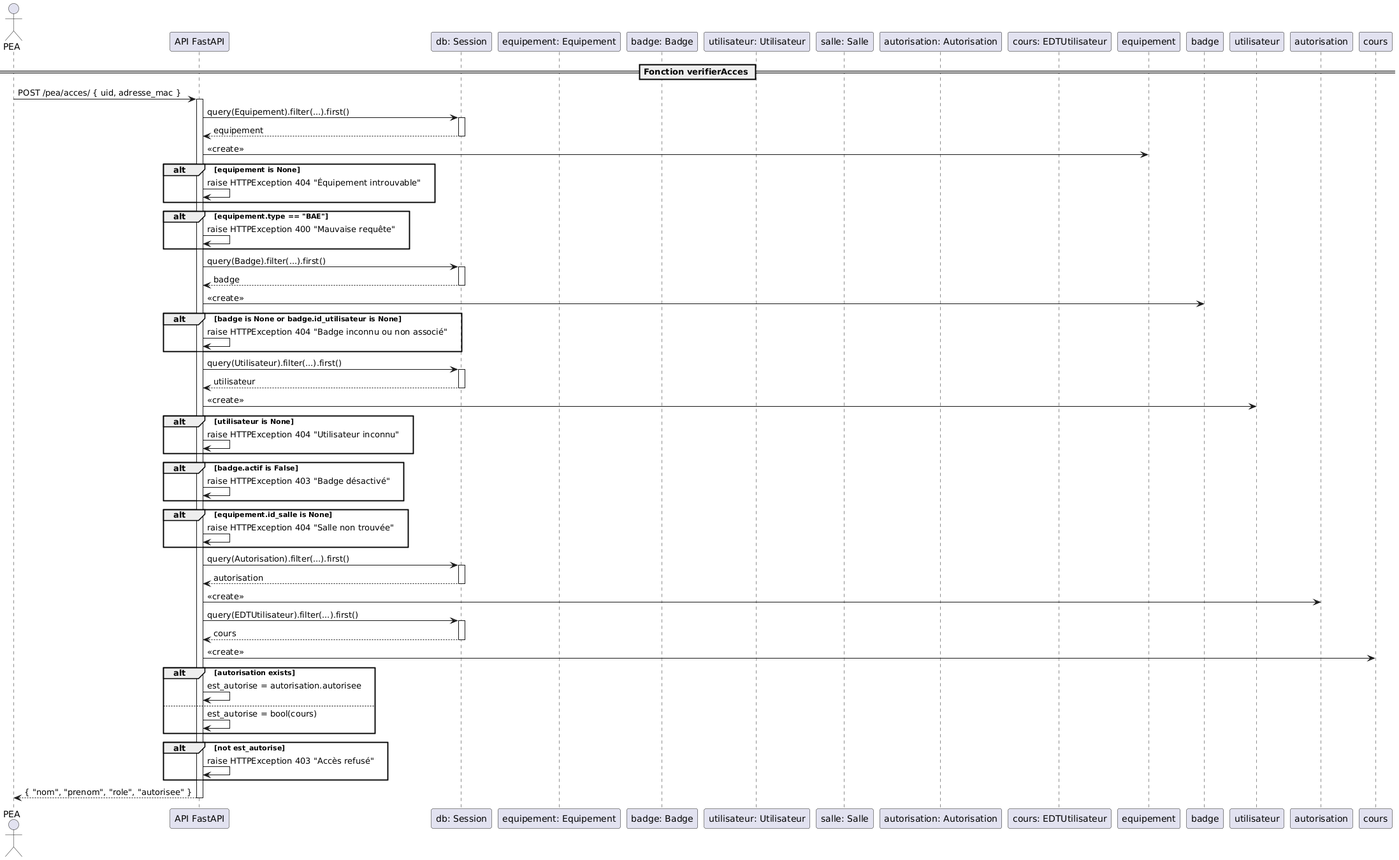
RobinMartineau/Acc-s-campus- keeps this PlantUML diagram as BDD/Diagrammes/Séquence/PEA/verifierAcces.png. Above is the earlier version.
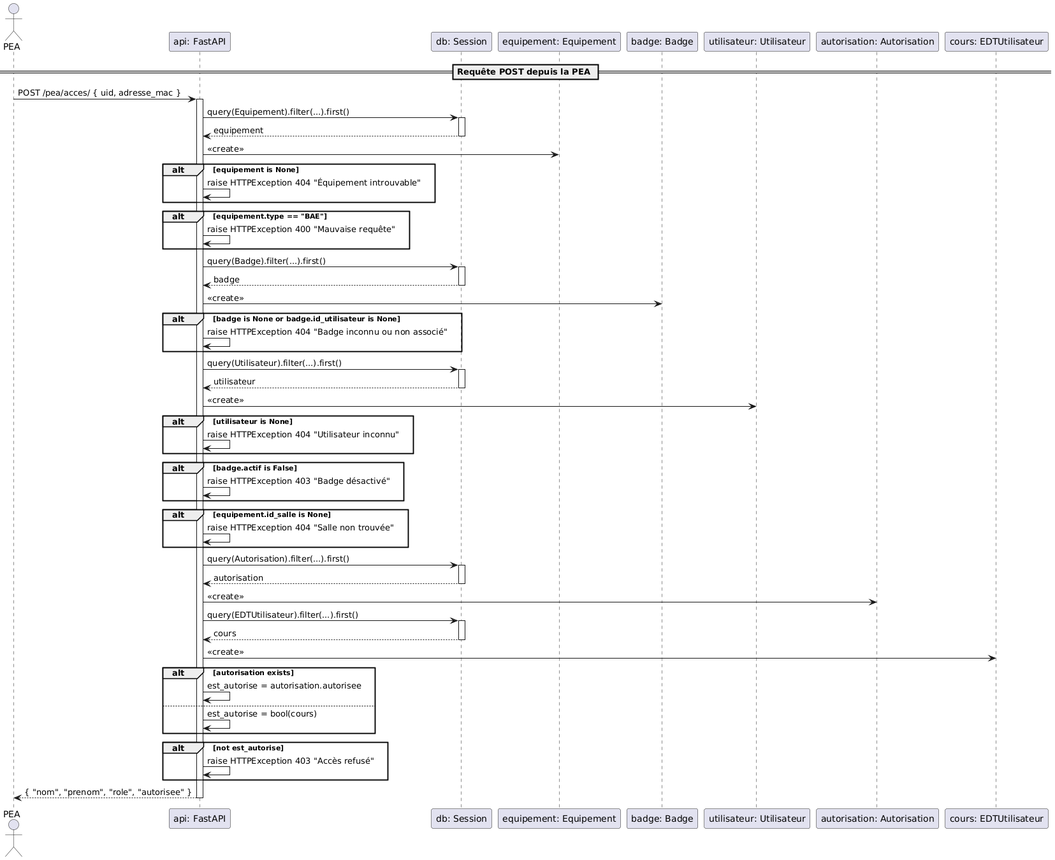
The same file after the commit.

The edit, as a diff of the source:
```diff
@@ -1,82 +1,81 @@
 @startuml
 actor PEA
-participant "API FastAPI" as api
+participant "api: FastAPI"
 participant "db: Session"
 participant "equipement: Equipement"
 participant "badge: Badge"
 participant "utilisateur: Utilisateur"
-participant "salle: Salle"
 participant "autorisation: Autorisation"
 participant "cours: EDTUtilisateur"
 
-== Fonction verifierAcces ==
-PEA -> api : POST /pea/acces/ { uid, adresse_mac }
-activate api
+== Requête POST depuis la PEA ==
+PEA -> "api: FastAPI" : POST /pea/acces/ { uid, adresse_mac }
+activate "api: FastAPI"
 
-api -> "db: Session" : query(Equipement).filter(...).first()
+"api: FastAPI" -> "db: Session" : query(Equipement).filter(...).first()
 activate "db: Session"
-"db: Session" --> api : equipement
+"db: Session" --> "api: FastAPI" : equipement
 deactivate "db: Session"
-api -> equipement: <<create>>
+"api: FastAPI" -> "equipement: Equipement" : <<create>>
 
 alt equipement is None
-    api -> api : raise HTTPException 404 "Équipement introuvable"
+    "api: FastAPI" -> "api: FastAPI" : raise HTTPException 404 "Équipement introuvable"
 end
 
 alt equipement.type == "BAE"
-    api -> api : raise HTTPException 400 "Mauvaise requête"
+    "api: FastAPI" -> "api: FastAPI" : raise HTTPException 400 "Mauvaise requête"
 end
 
-api -> "db: Session" : query(Badge).filter(...).first()
+"api: FastAPI" -> "db: Session" : query(Badge).filter(...).first()
 activate "db: Session"
-"db: Session" --> api : badge
+"db: Session" --> "api: FastAPI" : badge
 deactivate "db: Session"
-api -> badge: <<create>>
+"api: FastAPI" -> "badge: Badge" : <<create>>
 
 alt badge is None or badge.id_utilisateur is None
-    api -> api : raise HTTPException 404 "Badge inconnu ou non associé"
+    "api: FastAPI" -> "api: FastAPI" : raise HTTPException 404 "Badge inconnu ou non associé"
 end
 
-api -> "db: Session" : query(Utilisateur).filter(...).first()
+"api: FastAPI" -> "db: Session" : query(Utilisateur).filter(...).first()
 activate "db: Session"
-"db: Session" --> api : utilisateur
+"db: Session" --> "api: FastAPI" : utilisateur
 deactivate "db: Session"
-api -> utilisateur: <<create>>
+"api: FastAPI" -> "utilisateur: Utilisateur" : <<create>>
 
 alt utilisateur is None
-    api -> api : raise HTTPException 404 "Utilisateur inconnu"
+    "api: FastAPI" -> "api: FastAPI" : raise HTTPException 404 "Utilisateur inconnu"
 end
 
 alt badge.actif is False
-    api -> api : raise HTTPException 403 "Badge désactivé"
+    "api: FastAPI" -> "api: FastAPI" : raise HTTPException 403 "Badge désactivé"
 end
 
 alt equipement.id_salle is None
-    api -> api : raise HTTPException 404 "Salle non trouvée"
+    "api: FastAPI" -> "api: FastAPI" : raise HTTPException 404 "Salle non trouvée"
 end
 
-api -> "db: Session" : query(Autorisation).filter(...).first()
+"api: FastAPI" -> "db: Session" : query(Autorisation).filter(...).first()
 activate "db: Session"
-"db: Session" --> api : autorisation
+"db: Session" --> "api: FastAPI" : autorisation
 deactivate "db: Session"
-api -> autorisation: <<create>>
+"api: FastAPI" -> "autorisation: Autorisation" : <<create>>
 
-api -> "db: Session" : query(EDTUtilisateur).filter(...).first()
+"api: FastAPI" -> "db: Session" : query(EDTUtilisateur).filter(...).first()
 activate "db: Session"
-"db: Session" --> api : cours
+"db: Session" --> "api: FastAPI" : cours
 deactivate "db: Session"
-api -> cours: <<create>>
+"api: FastAPI" -> "cours: EDTUtilisateur" : <<create>>
 
 alt autorisation exists
-    api -> api : est_autorise = autorisation.autorisee
+    "api: FastAPI" -> "api: FastAPI" : est_autorise = autorisation.autorisee
 else
-    api -> api : est_autorise = bool(cours)
+    "api: FastAPI" -> "api: FastAPI" : est_autorise = bool(cours)
 end
 
 alt not est_autorise
-    api -> api : raise HTTPException 403 "Accès refusé"
+    "api: FastAPI" -> "api: FastAPI" : raise HTTPException 403 "Accès refusé"
 end
 
-api --> PEA : { "nom", "prenom", "role", "autorisee" }
-deactivate api
+"api: FastAPI" --> PEA : { "nom", "prenom", "role", "autorisee" }
+deactivate "api: FastAPI"
 @enduml
```
